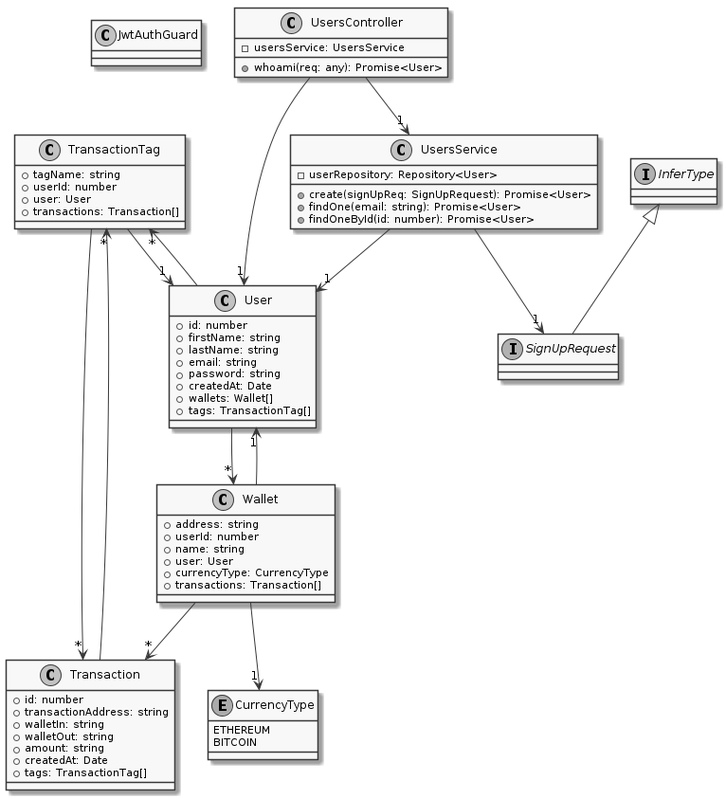
Above: packages/docs/diagrams/generated/class_diagram_api_users.png in SOEN-490-Capstone/Cryptify (PlantUML), before the change.
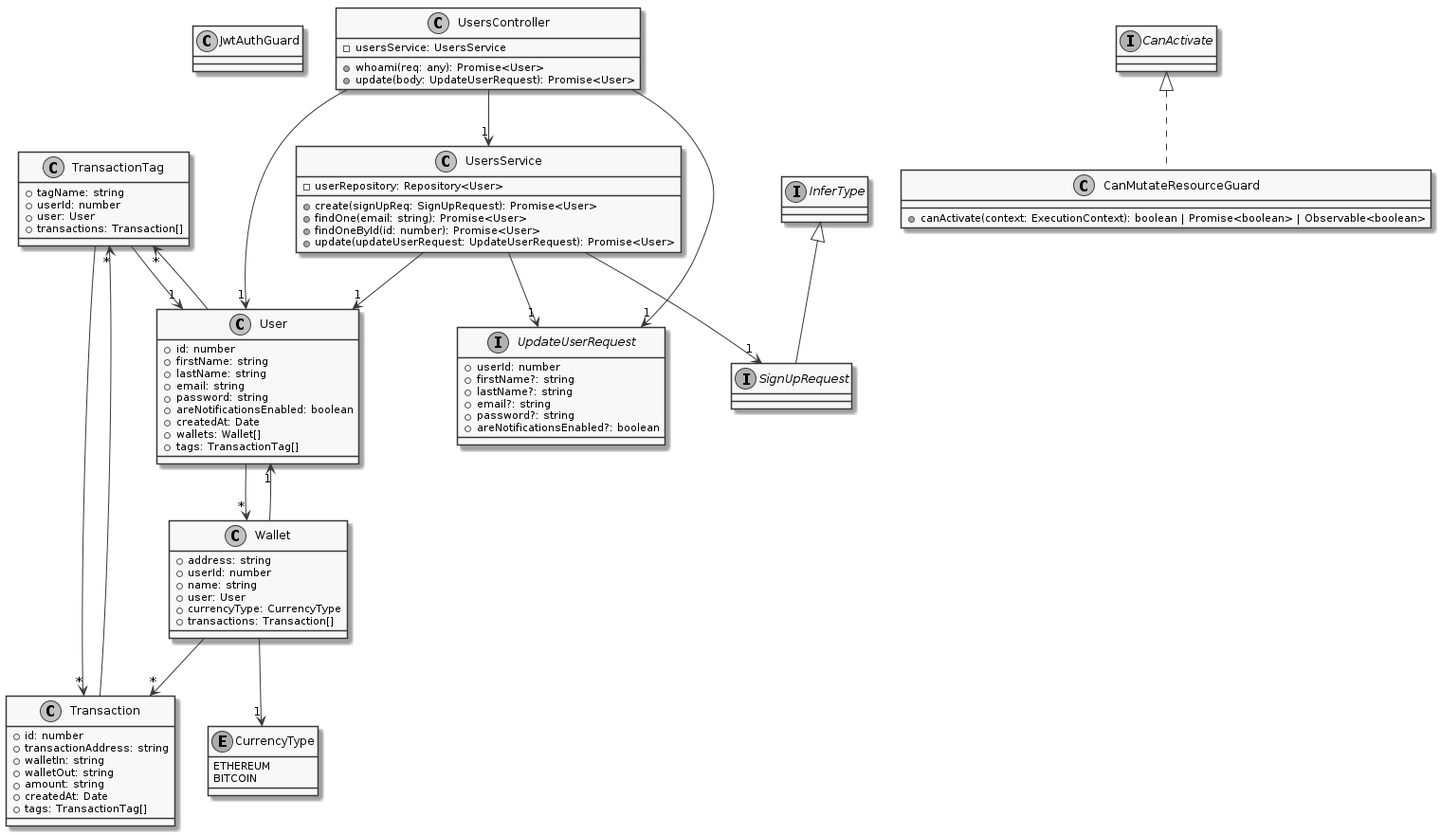
After the commit.

What changed in the source:
```diff
@@ -34,20 +34,34 @@
     +lastName: string
     +email: string
     +password: string
+    +areNotificationsEnabled: boolean
     +createdAt: Date
     +wallets: Wallet[]
     +tags: TransactionTag[]
 }
 interface SignUpRequest extends InferType
+interface UpdateUserRequest {
+    +userId: number
+    +firstName?: string
+    +lastName?: string
+    +email?: string
+    +password?: string
+    +areNotificationsEnabled?: boolean
+}
 class UsersService {
     -userRepository: Repository<User>
     +create(signUpReq: SignUpRequest): Promise<User>
     +findOne(email: string): Promise<User>
     +findOneById(id: number): Promise<User>
+    +update(updateUserRequest: UpdateUserRequest): Promise<User>
+}
+class CanMutateResourceGuard implements CanActivate {
+    +canActivate(context: ExecutionContext): boolean | Promise<boolean> | Observable<boolean>
 }
 class UsersController {
     -usersService: UsersService
     +whoami(req: any): Promise<User>
+    +update(body: UpdateUserRequest): Promise<User>
 }
 TransactionTag --> "1" User
 TransactionTag --> "*" Transaction
@@ -59,6 +73,8 @@
 User --> "*" TransactionTag
 UsersService --> "1" User
 UsersService --> "1" SignUpRequest
+UsersService --> "1" UpdateUserRequest
 UsersController --> "1" UsersService
 UsersController --> "1" User
+UsersController --> "1" UpdateUserRequest
 @enduml
```
